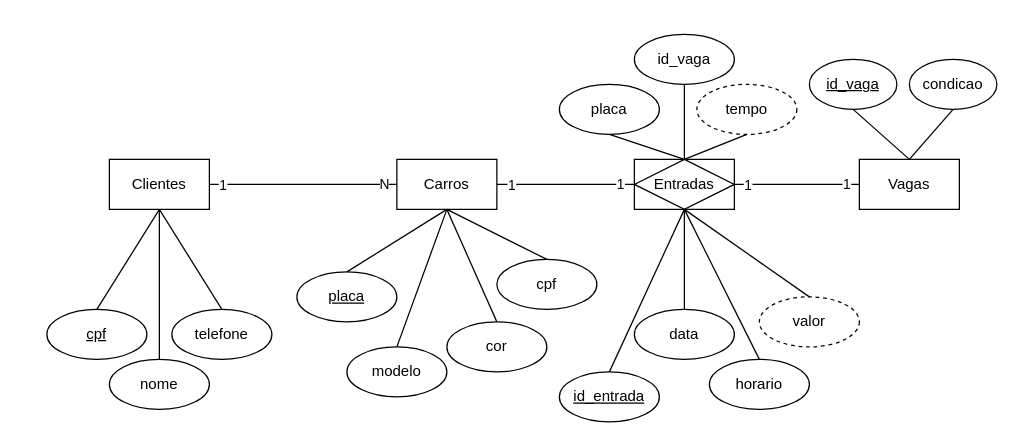
Above: docs/estacionamento.drawio in c-alvares/Estacionamento (draw.io), before the change. Source tidied: cells renumbered, new cells numbered last; positions are measured from the earlier drawing's top-left corner, leaving out a move shared by most shapes. Both pictures are drawn from the tidied source at 125%, with x=0, y=0 at pixel (46, 34).
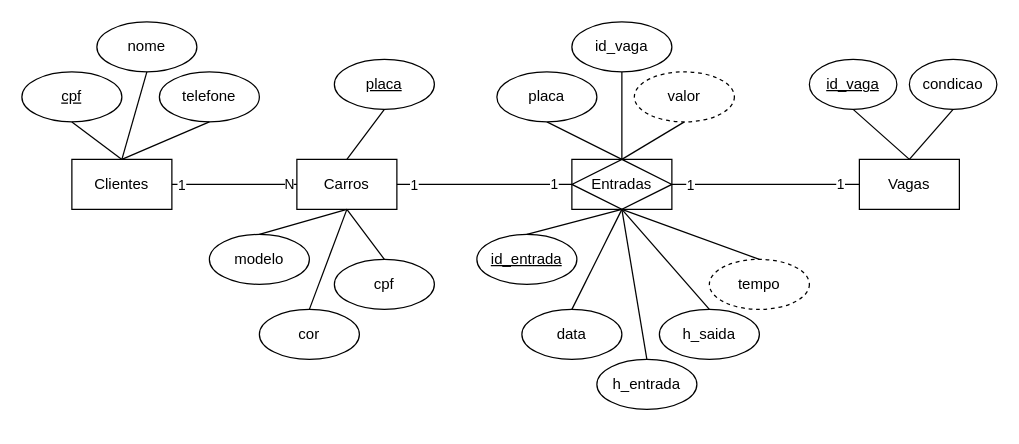
After the change.

Unchanged cells that the change refers to:
```xml
<mxCell id="19" value="N" style="endArrow=none;html=1;rounded=0;exitX=1;exitY=0.5;exitDx=0;exitDy=0;entryX=0;entryY=0.5;entryDx=0;entryDy=0;" parent="1" edge="1" source="2" target="3">
  <mxGeometry x="0.87" relative="1" as="geometry" />
</mxCell>
```

The edit, as a diff of the source:
```diff
@@
     <mxCell id="2" value="Clientes" style="whiteSpace=wrap;html=1;align=center;" parent="1" vertex="1">
-      <mxGeometry x="50" y="100" width="80" height="40" as="geometry" />
+      <mxGeometry x="20" y="100" width="80" height="40" as="geometry" />
     </mxCell>
     <mxCell id="3" value="Carros" style="whiteSpace=wrap;html=1;align=center;" parent="1" vertex="1">
-      <mxGeometry x="280" y="100" width="80" height="40" as="geometry" />
+      <mxGeometry x="200" y="100" width="80" height="40" as="geometry" />
     </mxCell>
@@
     <mxCell id="5" value="nome" style="ellipse;whiteSpace=wrap;html=1;align=center;" parent="1" vertex="1">
-      <mxGeometry x="50" y="260" width="80" height="40" as="geometry" />
+      <mxGeometry x="40" y="-10" width="80" height="40" as="geometry" />
     </mxCell>
     <mxCell id="6" value="modelo" style="ellipse;whiteSpace=wrap;html=1;align=center;" parent="1" vertex="1">
-      <mxGeometry x="240" y="250" width="80" height="40" as="geometry" />
+      <mxGeometry x="130" y="160" width="80" height="40" as="geometry" />
     </mxCell>
     <mxCell id="7" value="cor" style="ellipse;whiteSpace=wrap;html=1;align=center;" parent="1" vertex="1">
-      <mxGeometry x="320" y="230" width="80" height="40" as="geometry" />
+      <mxGeometry x="170" y="220" width="80" height="40" as="geometry" />
     </mxCell>
     <mxCell id="8" value="cpf" style="ellipse;whiteSpace=wrap;html=1;align=center;fontStyle=4;" parent="1" vertex="1">
-      <mxGeometry y="220" width="80" height="40" as="geometry" />
+      <mxGeometry x="-20" y="30" width="80" height="40" as="geometry" />
     </mxCell>
     <mxCell id="9" value="placa" style="ellipse;whiteSpace=wrap;html=1;align=center;fontStyle=4;" parent="1" vertex="1">
-      <mxGeometry x="200" y="190" width="80" height="40" as="geometry" />
+      <mxGeometry x="230" y="20" width="80" height="40" as="geometry" />
     </mxCell>
-    <mxCell id="10" style="endArrow=none;html=1;rounded=0;exitX=0.5;exitY=0;exitDx=0;exitDy=0;entryX=0.5;entryY=1;entryDx=0;entryDy=0;" parent="1" edge="1" source="9" target="3">
-      <mxGeometry relative="1" as="geometry" />
+    <mxCell id="10" style="endArrow=none;html=1;rounded=0;exitX=0.5;exitY=1;exitDx=0;exitDy=0;" parent="1" edge="1" source="9">
+      <mxGeometry relative="1" as="geometry">
+        <mxPoint x="240" y="100" as="targetPoint" />
+      </mxGeometry>
     </mxCell>
@@
-    <mxCell id="13" style="endArrow=none;html=1;rounded=0;exitX=0.5;exitY=0;exitDx=0;exitDy=0;entryX=0.5;entryY=1;entryDx=0;entryDy=0;" parent="1" edge="1" source="8" target="2">
+    <mxCell id="13" style="endArrow=none;html=1;rounded=0;exitX=0.5;exitY=1;exitDx=0;exitDy=0;entryX=0.5;entryY=0;entryDx=0;entryDy=0;" parent="1" edge="1" source="8" target="2">
       <mxGeometry relative="1" as="geometry" />
     </mxCell>
-    <mxCell id="14" style="endArrow=none;html=1;rounded=0;exitX=0.5;exitY=0;exitDx=0;exitDy=0;entryX=0.5;entryY=1;entryDx=0;entryDy=0;" parent="1" edge="1" source="5" target="2">
+    <mxCell id="14" style="endArrow=none;html=1;rounded=0;exitX=0.5;exitY=1;exitDx=0;exitDy=0;entryX=0.5;entryY=0;entryDx=0;entryDy=0;" parent="1" edge="1" source="5" target="2">
       <mxGeometry relative="1" as="geometry" />
     </mxCell>
     <mxCell id="15" value="telefone" style="ellipse;whiteSpace=wrap;html=1;align=center;" parent="1" vertex="1">
-      <mxGeometry x="100" y="220" width="80" height="40" as="geometry" />
+      <mxGeometry x="90" y="30" width="80" height="40" as="geometry" />
     </mxCell>
-    <mxCell id="16" style="endArrow=none;html=1;rounded=0;exitX=0.5;exitY=1;exitDx=0;exitDy=0;entryX=0.5;entryY=0;entryDx=0;entryDy=0;" parent="1" edge="1" source="2" target="15">
+    <mxCell id="16" style="endArrow=none;html=1;rounded=0;entryX=0.5;entryY=1;entryDx=0;entryDy=0;exitX=0.5;exitY=0;exitDx=0;exitDy=0;" parent="1" edge="1" source="2" target="15">
       <mxGeometry relative="1" as="geometry" />
     </mxCell>
     <mxCell id="17" value="cpf" style="ellipse;whiteSpace=wrap;html=1;align=center;" parent="1" vertex="1">
-      <mxGeometry x="360" y="180" width="80" height="40" as="geometry" />
+      <mxGeometry x="230" y="180" width="80" height="40" as="geometry" />
     </mxCell>
@@
     <mxCell id="20" value="1" style="edgeLabel;html=1;align=center;verticalAlign=middle;" parent="19" vertex="1">
       <mxGeometry x="-0.7" relative="1" as="geometry">
-        <mxPoint x="-13" as="offset" />
+        <mxPoint x="-8" as="offset" />
       </mxGeometry>
     </mxCell>
@@
     <mxCell id="25" value="Entradas" style="shape=associativeEntity;whiteSpace=wrap;html=1;align=center;" parent="1" vertex="1">
-      <mxGeometry x="470" y="100" width="80" height="40" as="geometry" />
+      <mxGeometry x="420" y="100" width="80" height="40" as="geometry" />
     </mxCell>
@@
     <mxCell id="28" value="data" style="ellipse;whiteSpace=wrap;html=1;align=center;" parent="1" vertex="1">
-      <mxGeometry x="470" y="220" width="80" height="40" as="geometry" />
+      <mxGeometry x="380" y="220" width="80" height="40" as="geometry" />
     </mxCell>
     <mxCell id="29" value="id_entrada" style="ellipse;whiteSpace=wrap;html=1;align=center;fontStyle=4;" parent="1" vertex="1">
-      <mxGeometry x="410" y="270" width="80" height="40" as="geometry" />
+      <mxGeometry x="344" y="160" width="80" height="40" as="geometry" />
     </mxCell>
@@
-    <mxCell id="32" value="horario" style="ellipse;whiteSpace=wrap;html=1;align=center;" parent="1" vertex="1">
-      <mxGeometry x="530" y="260" width="80" height="40" as="geometry" />
+    <mxCell id="32" value="h_entrada" style="ellipse;whiteSpace=wrap;html=1;align=center;" parent="1" vertex="1">
+      <mxGeometry x="440" y="260" width="80" height="40" as="geometry" />
     </mxCell>
@@
-    <mxCell id="34" value="valor" style="ellipse;whiteSpace=wrap;html=1;align=center;dashed=1;" parent="1" vertex="1">
-      <mxGeometry x="570" y="210" width="80" height="40" as="geometry" />
+    <mxCell id="34" value="tempo" style="ellipse;whiteSpace=wrap;html=1;align=center;dashed=1;" parent="1" vertex="1">
+      <mxGeometry x="530" y="180" width="80" height="40" as="geometry" />
     </mxCell>
@@
-    <mxCell id="40" value="tempo" style="ellipse;whiteSpace=wrap;html=1;align=center;dashed=1;" parent="1" vertex="1">
-      <mxGeometry x="520" y="40" width="80" height="40" as="geometry" />
+    <mxCell id="40" value="valor" style="ellipse;whiteSpace=wrap;html=1;align=center;dashed=1;" parent="1" vertex="1">
+      <mxGeometry x="470" y="30" width="80" height="40" as="geometry" />
     </mxCell>
     <mxCell id="41" value="placa" style="ellipse;whiteSpace=wrap;html=1;align=center;" parent="1" vertex="1">
-      <mxGeometry x="410" y="40" width="80" height="40" as="geometry" />
+      <mxGeometry x="360" y="30" width="80" height="40" as="geometry" />
     </mxCell>
-    <mxCell id="42" style="endArrow=none;html=1;rounded=0;exitX=0.5;exitY=1;exitDx=0;exitDy=0;" parent="1" edge="1" source="43">
-      <mxGeometry relative="1" as="geometry">
-        <mxPoint x="510" y="100" as="targetPoint" />
-      </mxGeometry>
+    <mxCell id="42" style="endArrow=none;html=1;rounded=0;exitX=0.5;exitY=1;exitDx=0;exitDy=0;entryX=0.5;entryY=0;entryDx=0;entryDy=0;" parent="1" edge="1" source="43" target="25">
+      <mxGeometry relative="1" as="geometry" />
     </mxCell>
     <mxCell id="43" value="id_vaga" style="ellipse;whiteSpace=wrap;html=1;align=center;" parent="1" vertex="1">
-      <mxGeometry x="470" width="80" height="40" as="geometry" />
+      <mxGeometry x="420" y="-10" width="80" height="40" as="geometry" />
     </mxCell>
+    <mxCell id="44" value="h_saida" style="ellipse;whiteSpace=wrap;html=1;align=center;" parent="1" vertex="1">
+      <mxGeometry x="490" y="220" width="80" height="40" as="geometry" />
+    </mxCell>
+    <mxCell id="45" style="endArrow=none;html=1;rounded=0;entryX=0.5;entryY=0;entryDx=0;entryDy=0;exitX=0.5;exitY=1;exitDx=0;exitDy=0;" parent="1" edge="1" source="25" target="44">
+      <mxGeometry relative="1" as="geometry" />
+    </mxCell>
```
